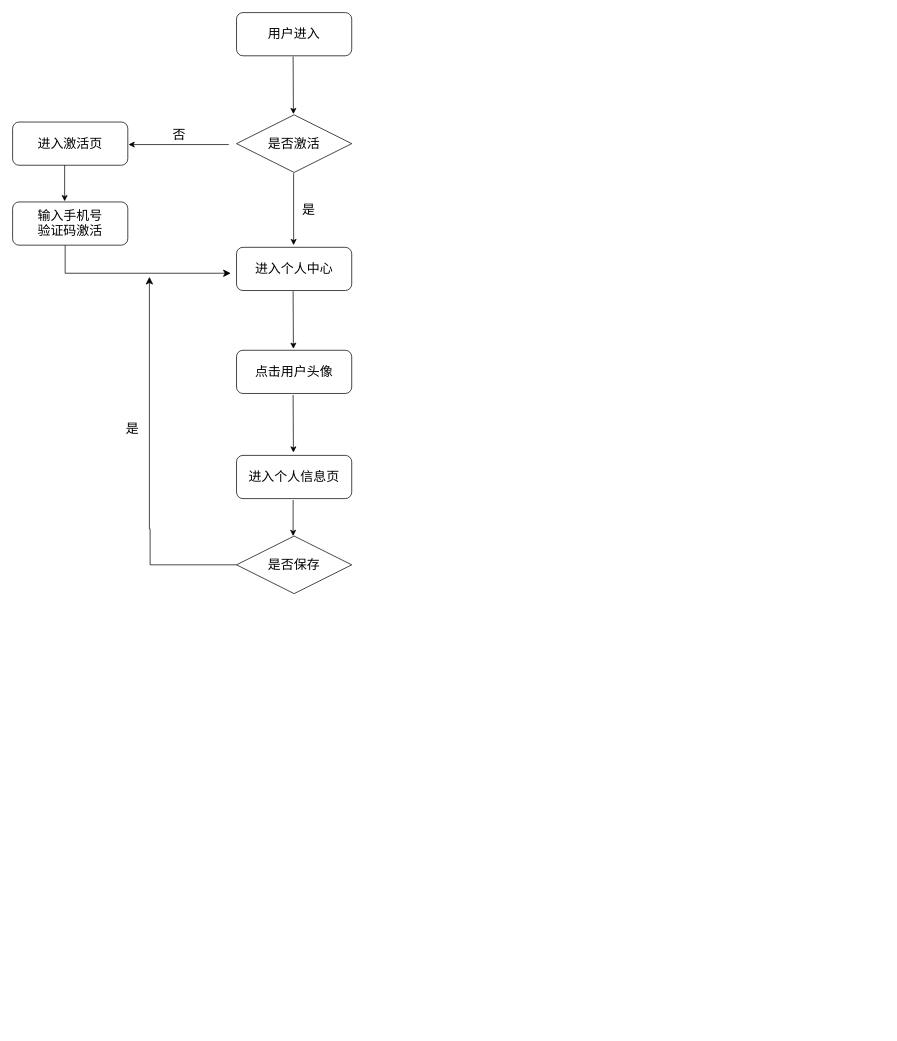
Before: 未命名绘图.drawio in 13717135460/vue-admin, a draw.io diagram. Source tidied: cells renumbered, new cells numbered last; positions are measured from the earlier drawing's top-left corner, leaving out a move shared by most shapes. Both pictures are drawn from the tidied source at 72%, with x=0, y=0 at pixel (12, 12).
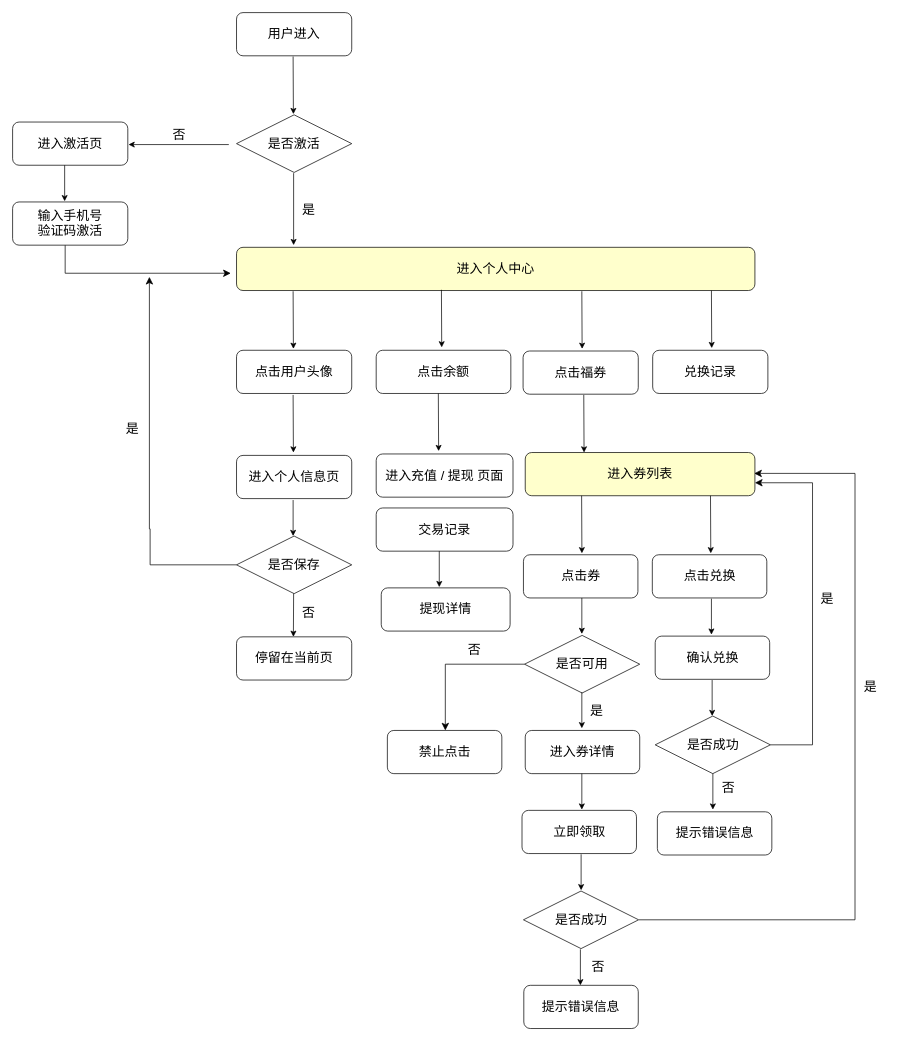
After the change.

Commit message:
更新未命名绘图.drawio

Diff of the diagram source:
```diff
@@
-    <mxCell id="8" value="&lt;font style=&quot;font-size: 18px;&quot;&gt;进入个人中心&lt;/font&gt;" style="rounded=1;whiteSpace=wrap;html=1;" parent="1" vertex="1">
-      <mxGeometry x="311" y="326" width="160" height="60" as="geometry" />
+    <mxCell id="8" value="&lt;font style=&quot;font-size: 18px;&quot;&gt;进入个人中心&lt;/font&gt;" style="rounded=1;whiteSpace=wrap;html=1;fillColor=#FFFFCC;" parent="1" vertex="1">
+      <mxGeometry x="311" y="326" width="720" height="60" as="geometry" />
     </mxCell>
@@
+    <mxCell id="22" style="endArrow=classic;html=1;rounded=0;" parent="1" edge="1">
+      <mxGeometry relative="1" as="geometry">
+        <mxPoint x="390.3" y="807" as="sourcePoint" />
+        <mxPoint x="390" y="867" as="targetPoint" />
+      </mxGeometry>
+    </mxCell>
+    <mxCell id="23" value="&lt;font style=&quot;font-size: 18px;&quot;&gt;否&lt;/font&gt;" style="text;html=1;align=center;verticalAlign=middle;strokeColor=none;fillColor=none;" parent="1" vertex="1">
+      <mxGeometry x="391" y="814" width="40" height="40" as="geometry" />
+    </mxCell>
+    <mxCell id="24" value="&lt;font style=&quot;font-size: 18px;&quot;&gt;停留在当前页&lt;/font&gt;" style="rounded=1;whiteSpace=wrap;html=1;" parent="1" vertex="1">
+      <mxGeometry x="311" y="867" width="160" height="60" as="geometry" />
+    </mxCell>
+    <mxCell id="25" style="endArrow=classic;html=1;rounded=0;" parent="1" edge="1">
+      <mxGeometry relative="1" as="geometry">
+        <mxPoint x="595.6" y="385" as="sourcePoint" />
+        <mxPoint x="596" y="465" as="targetPoint" />
+      </mxGeometry>
+    </mxCell>
+    <mxCell id="26" value="&lt;font style=&quot;font-size: 18px;&quot;&gt;点击余额&lt;/font&gt;" style="rounded=1;whiteSpace=wrap;html=1;" parent="1" vertex="1">
+      <mxGeometry x="505" y="469" width="187" height="60" as="geometry" />
+    </mxCell>
+    <mxCell id="27" value="&lt;font style=&quot;font-size: 18px;&quot;&gt;点击福券&lt;/font&gt;" style="rounded=1;whiteSpace=wrap;html=1;" parent="1" vertex="1">
+      <mxGeometry x="709" y="470" width="160" height="60" as="geometry" />
+    </mxCell>
+    <mxCell id="28" style="endArrow=classic;html=1;rounded=0;" parent="1" edge="1">
+      <mxGeometry relative="1" as="geometry">
+        <mxPoint x="790.6" y="387" as="sourcePoint" />
+        <mxPoint x="791" y="467" as="targetPoint" />
+      </mxGeometry>
+    </mxCell>
+    <mxCell id="29" style="endArrow=classic;html=1;rounded=0;" parent="1" edge="1">
+      <mxGeometry relative="1" as="geometry">
+        <mxPoint x="591.3" y="529" as="sourcePoint" />
+        <mxPoint x="591.7" y="609" as="targetPoint" />
+      </mxGeometry>
+    </mxCell>
+    <mxCell id="30" value="&lt;font style=&quot;font-size: 18px;&quot;&gt;进入充值 / 提现 页面&lt;/font&gt;" style="rounded=1;whiteSpace=wrap;html=1;" parent="1" vertex="1">
+      <mxGeometry x="505" y="613" width="190" height="60" as="geometry" />
+    </mxCell>
+    <mxCell id="31" value="&lt;font style=&quot;font-size: 18px;&quot;&gt;交易记录&lt;/font&gt;" style="rounded=1;whiteSpace=wrap;html=1;" parent="1" vertex="1">
+      <mxGeometry x="505" y="688" width="190" height="60" as="geometry" />
+    </mxCell>
+    <mxCell id="32" style="endArrow=classic;html=1;rounded=0;" parent="1" edge="1">
+      <mxGeometry relative="1" as="geometry">
+        <mxPoint x="793.3" y="531" as="sourcePoint" />
+        <mxPoint x="793.7" y="611" as="targetPoint" />
+      </mxGeometry>
+    </mxCell>
+    <mxCell id="33" value="&lt;font style=&quot;font-size: 18px;&quot;&gt;进入券列表&lt;/font&gt;" style="rounded=1;whiteSpace=wrap;html=1;fillColor=#FFFFCC;" parent="1" vertex="1">
+      <mxGeometry x="712" y="611" width="319" height="60" as="geometry" />
+    </mxCell>
+    <mxCell id="34" style="endArrow=classic;html=1;rounded=0;" parent="1" edge="1">
+      <mxGeometry relative="1" as="geometry">
+        <mxPoint x="790.3" y="671" as="sourcePoint" />
+        <mxPoint x="790.7" y="751" as="targetPoint" />
+      </mxGeometry>
+    </mxCell>
+    <mxCell id="35" value="&lt;font style=&quot;font-size: 18px;&quot;&gt;点击券&lt;/font&gt;" style="rounded=1;whiteSpace=wrap;html=1;" parent="1" vertex="1">
+      <mxGeometry x="709.5" y="753" width="159" height="60" as="geometry" />
+    </mxCell>
+    <mxCell id="36" value="&lt;font style=&quot;font-size: 18px;&quot;&gt;是否可用&lt;/font&gt;" style="rhombus;whiteSpace=wrap;html=1;" parent="1" vertex="1">
+      <mxGeometry x="711" y="865" width="160" height="80" as="geometry" />
+    </mxCell>
+    <mxCell id="37" style="endArrow=classic;html=1;rounded=0;" parent="1" edge="1">
+      <mxGeometry relative="1" as="geometry">
+        <mxPoint x="790.6" y="813" as="sourcePoint" />
+        <mxPoint x="790.6" y="863" as="targetPoint" />
+      </mxGeometry>
+    </mxCell>
+    <mxCell id="38" style="endArrow=classic;html=1;rounded=0;" parent="1" edge="1">
+      <mxGeometry relative="1" as="geometry">
+        <mxPoint x="790.6" y="944" as="sourcePoint" />
+        <mxPoint x="790.6" y="994" as="targetPoint" />
+      </mxGeometry>
+    </mxCell>
+    <mxCell id="39" value="&lt;font style=&quot;font-size: 18px;&quot;&gt;是&lt;/font&gt;" style="text;html=1;align=center;verticalAlign=middle;strokeColor=none;fillColor=none;" parent="1" vertex="1">
+      <mxGeometry x="791" y="950" width="40" height="40" as="geometry" />
+    </mxCell>
+    <mxCell id="40" value="&lt;font style=&quot;font-size: 18px;&quot;&gt;进入券详情&lt;br&gt;&lt;/font&gt;" style="rounded=1;whiteSpace=wrap;html=1;" parent="1" vertex="1">
+      <mxGeometry x="712" y="997" width="159" height="60" as="geometry" />
+    </mxCell>
+    <mxCell id="41" style="endArrow=classic;html=1;rounded=0;" parent="1" edge="1">
+      <mxGeometry relative="1" as="geometry">
+        <mxPoint x="969.3" y="671" as="sourcePoint" />
+        <mxPoint x="969.7" y="751" as="targetPoint" />
+      </mxGeometry>
+    </mxCell>
+    <mxCell id="42" value="&lt;font style=&quot;font-size: 18px;&quot;&gt;点击兑换&lt;/font&gt;" style="rounded=1;whiteSpace=wrap;html=1;" parent="1" vertex="1">
+      <mxGeometry x="888.5" y="753" width="159" height="60" as="geometry" />
+    </mxCell>
+    <mxCell id="43" value="&lt;font style=&quot;font-size: 18px;&quot;&gt;否&lt;/font&gt;" style="text;html=1;align=center;verticalAlign=middle;strokeColor=none;fillColor=none;" parent="1" vertex="1">
+      <mxGeometry x="621" y="865" width="40" height="40" as="geometry" />
+    </mxCell>
+    <mxCell id="44" value="&lt;font style=&quot;font-size: 18px;&quot;&gt;禁止点击&lt;/font&gt;" style="rounded=1;whiteSpace=wrap;html=1;" parent="1" vertex="1">
+      <mxGeometry x="520.5" y="997" width="159" height="60" as="geometry" />
+    </mxCell>
+    <mxCell id="45" style="edgeStyle=segmentEdgeStyle;endArrow=classic;html=1;curved=0;rounded=0;endSize=8;startSize=8;exitX=0;exitY=0.5;exitDx=0;exitDy=0;" parent="1" edge="1" source="36">
+      <mxGeometry relative="1" as="geometry">
+        <mxPoint x="601" y="997" as="targetPoint" />
+        <Array as="points">
+          <mxPoint x="601" y="905" />
+        </Array>
+      </mxGeometry>
+    </mxCell>
+    <mxCell id="46" style="endArrow=classic;html=1;rounded=0;" parent="1" edge="1">
+      <mxGeometry relative="1" as="geometry">
+        <mxPoint x="970.6" y="814" as="sourcePoint" />
+        <mxPoint x="970.6" y="864" as="targetPoint" />
+      </mxGeometry>
+    </mxCell>
+    <mxCell id="47" value="&lt;font style=&quot;font-size: 18px;&quot;&gt;确认兑换&lt;/font&gt;" style="rounded=1;whiteSpace=wrap;html=1;" parent="1" vertex="1">
+      <mxGeometry x="892.5" y="866" width="159" height="60" as="geometry" />
+    </mxCell>
+    <mxCell id="48" style="endArrow=classic;html=1;rounded=0;" parent="1" edge="1">
+      <mxGeometry relative="1" as="geometry">
+        <mxPoint x="971.6" y="927" as="sourcePoint" />
+        <mxPoint x="971.6" y="977" as="targetPoint" />
+      </mxGeometry>
+    </mxCell>
+    <mxCell id="49" value="&lt;font style=&quot;font-size: 18px;&quot;&gt;是否成功&lt;/font&gt;" style="rhombus;whiteSpace=wrap;html=1;" parent="1" vertex="1">
+      <mxGeometry x="892.5" y="977" width="160" height="80" as="geometry" />
+    </mxCell>
+    <mxCell id="50" style="endArrow=classic;html=1;rounded=0;" parent="1" edge="1">
+      <mxGeometry relative="1" as="geometry">
+        <mxPoint x="972.6" y="1057" as="sourcePoint" />
+        <mxPoint x="972.6" y="1107" as="targetPoint" />
+      </mxGeometry>
+    </mxCell>
+    <mxCell id="51" value="&lt;font style=&quot;font-size: 18px;&quot;&gt;否&lt;/font&gt;" style="text;html=1;align=center;verticalAlign=middle;strokeColor=none;fillColor=none;" parent="1" vertex="1">
+      <mxGeometry x="974" y="1057" width="40" height="40" as="geometry" />
+    </mxCell>
+    <mxCell id="52" value="&lt;font style=&quot;font-size: 18px;&quot;&gt;提示错误信息&lt;/font&gt;" style="rounded=1;whiteSpace=wrap;html=1;" parent="1" vertex="1">
+      <mxGeometry x="895.5" y="1110" width="159" height="60" as="geometry" />
+    </mxCell>
+    <mxCell id="53" style="edgeStyle=segmentEdgeStyle;endArrow=classic;html=1;curved=0;rounded=0;endSize=8;startSize=8;entryX=1;entryY=0.5;entryDx=0;entryDy=0;exitX=1;exitY=0.5;exitDx=0;exitDy=0;" parent="1" edge="1" source="49">
+      <mxGeometry relative="1" as="geometry">
+        <mxPoint x="1031" y="653" as="targetPoint" />
+        <Array as="points">
+          <mxPoint x="1111" y="1017" />
+          <mxPoint x="1111" y="653" />
+        </Array>
+      </mxGeometry>
+    </mxCell>
+    <mxCell id="54" value="&lt;font style=&quot;font-size: 18px;&quot;&gt;是&lt;/font&gt;" style="text;html=1;align=center;verticalAlign=middle;strokeColor=none;fillColor=none;" parent="1" vertex="1">
+      <mxGeometry x="1111" y="794" width="40" height="40" as="geometry" />
+    </mxCell>
+    <mxCell id="55" style="endArrow=classic;html=1;rounded=0;" parent="1" edge="1">
+      <mxGeometry relative="1" as="geometry">
+        <mxPoint x="790.6" y="1057" as="sourcePoint" />
+        <mxPoint x="790.6" y="1107" as="targetPoint" />
+      </mxGeometry>
+    </mxCell>
+    <mxCell id="56" value="&lt;span style=&quot;font-size: 18px;&quot;&gt;立即领取&lt;/span&gt;" style="rounded=1;whiteSpace=wrap;html=1;" parent="1" vertex="1">
+      <mxGeometry x="707.5" y="1108" width="159" height="60" as="geometry" />
+    </mxCell>
+    <mxCell id="57" value="&lt;font style=&quot;font-size: 18px;&quot;&gt;是否成功&lt;/font&gt;" style="rhombus;whiteSpace=wrap;html=1;" parent="1" vertex="1">
+      <mxGeometry x="709.5" y="1220" width="160" height="80" as="geometry" />
+    </mxCell>
+    <mxCell id="58" style="endArrow=classic;html=1;rounded=0;" parent="1" edge="1">
+      <mxGeometry relative="1" as="geometry">
+        <mxPoint x="789.6" y="1169" as="sourcePoint" />
+        <mxPoint x="789.6" y="1219" as="targetPoint" />
+      </mxGeometry>
+    </mxCell>
+    <mxCell id="59" value="&lt;font style=&quot;font-size: 18px;&quot;&gt;提示错误信息&lt;/font&gt;" style="rounded=1;whiteSpace=wrap;html=1;" parent="1" vertex="1">
+      <mxGeometry x="710" y="1351" width="159" height="60" as="geometry" />
+    </mxCell>
+    <mxCell id="60" value="&lt;font style=&quot;font-size: 18px;&quot;&gt;否&lt;/font&gt;" style="text;html=1;align=center;verticalAlign=middle;strokeColor=none;fillColor=none;" parent="1" vertex="1">
+      <mxGeometry x="793" y="1305" width="40" height="40" as="geometry" />
+    </mxCell>
+    <mxCell id="61" style="edgeStyle=segmentEdgeStyle;endArrow=classic;html=1;curved=0;rounded=0;endSize=8;startSize=8;entryX=1;entryY=0.5;entryDx=0;entryDy=0;" parent="1" edge="1">
+      <mxGeometry relative="1" as="geometry">
+        <mxPoint x="870" y="1260" as="sourcePoint" />
+        <mxPoint x="1030" y="640" as="targetPoint" />
+        <Array as="points">
+          <mxPoint x="1170" y="1260" />
+          <mxPoint x="1170" y="640" />
+        </Array>
+      </mxGeometry>
+    </mxCell>
+    <mxCell id="62" value="&lt;font style=&quot;font-size: 18px;&quot;&gt;是&lt;/font&gt;" style="text;html=1;align=center;verticalAlign=middle;strokeColor=none;fillColor=none;" parent="1" vertex="1">
+      <mxGeometry x="1171" y="917" width="40" height="40" as="geometry" />
+    </mxCell>
+    <mxCell id="63" style="endArrow=classic;html=1;rounded=0;" parent="1" edge="1">
+      <mxGeometry relative="1" as="geometry">
+        <mxPoint x="788.6" y="1301" as="sourcePoint" />
+        <mxPoint x="788.6" y="1351" as="targetPoint" />
+      </mxGeometry>
+    </mxCell>
+    <mxCell id="64" value="&lt;span style=&quot;font-size: 18px;&quot;&gt;兑换记录&lt;/span&gt;" style="rounded=1;whiteSpace=wrap;html=1;" parent="1" vertex="1">
+      <mxGeometry x="889" y="469" width="160" height="60" as="geometry" />
+    </mxCell>
+    <mxCell id="65" style="endArrow=classic;html=1;rounded=0;" parent="1" edge="1">
+      <mxGeometry relative="1" as="geometry">
+        <mxPoint x="970.6" y="386" as="sourcePoint" />
+        <mxPoint x="971" y="466" as="targetPoint" />
+      </mxGeometry>
+    </mxCell>
+    <mxCell id="66" value="&lt;font style=&quot;font-size: 18px;&quot;&gt;提现详情&lt;/font&gt;" style="rounded=1;whiteSpace=wrap;html=1;" parent="1" vertex="1">
+      <mxGeometry x="512" y="799" width="179" height="60" as="geometry" />
+    </mxCell>
+    <mxCell id="67" style="endArrow=classic;html=1;rounded=0;" parent="1" edge="1">
+      <mxGeometry relative="1" as="geometry">
+        <mxPoint x="592.6" y="748" as="sourcePoint" />
+        <mxPoint x="592.6" y="798" as="targetPoint" />
+      </mxGeometry>
+    </mxCell>
```
